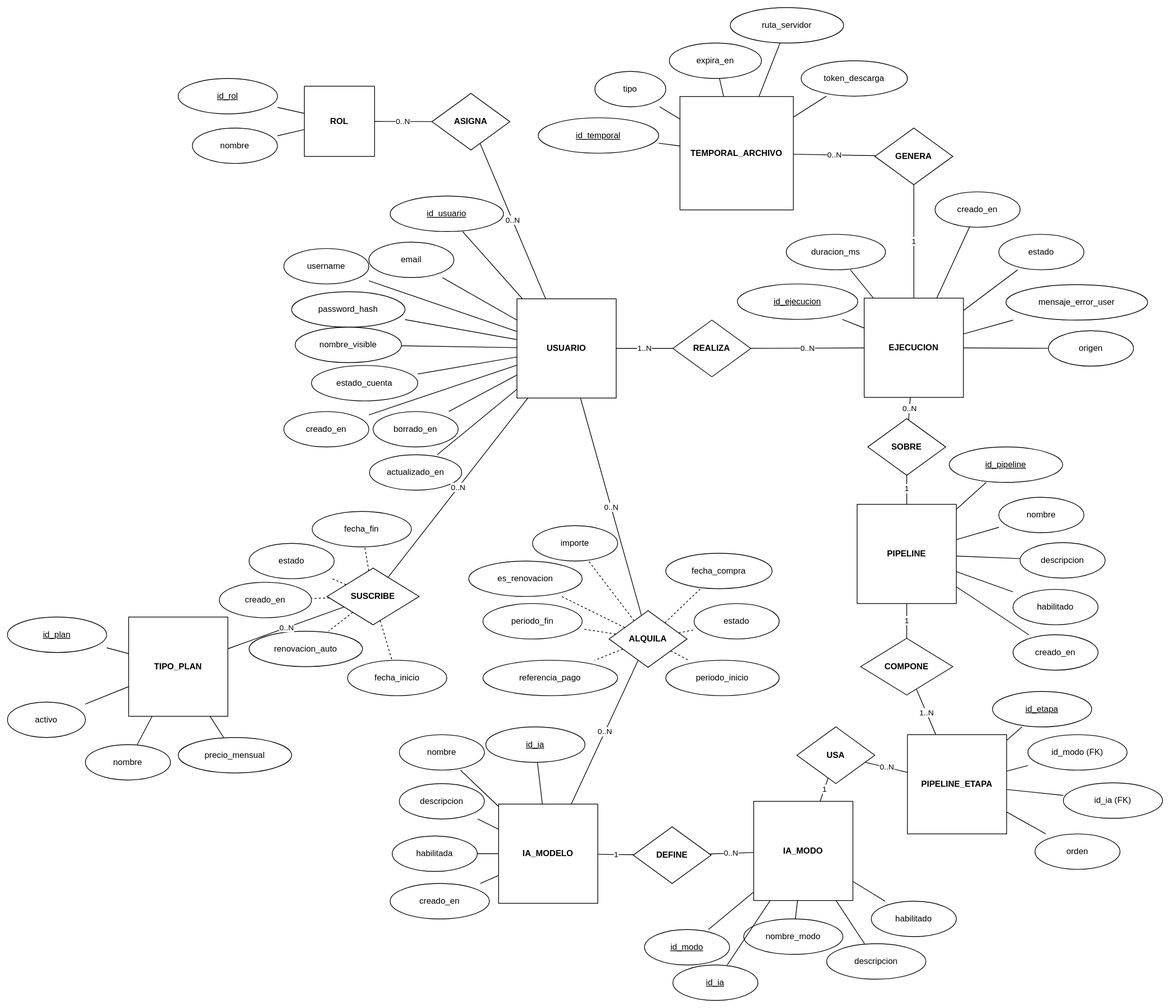
Before: doc/drafts/Diagrama-ER.svg, a diagram exported from draw.io (alvaroooper/SmartEye-TFG). Source tidied: cells renumbered, new cells last; positions are measured from the earlier drawing's top-left corner, leaving out a move shared by most shapes.
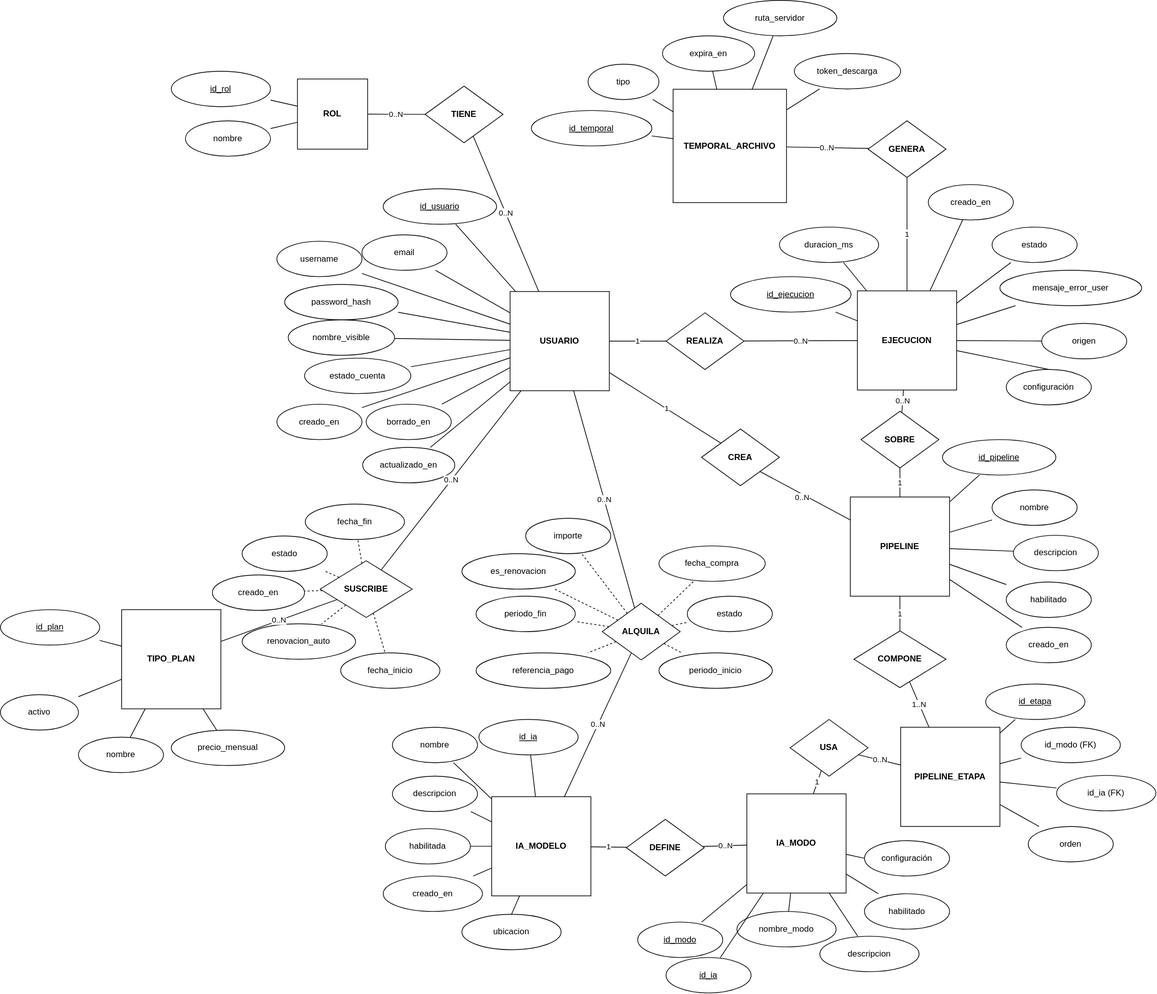
Above is the later version.

Diff of the diagram source:
```diff
@@ -29,7 +29,7 @@
     <mxCell id="10" value="TEMPORAL_ARCHIVO" style="shape=rectangle;whiteSpace=wrap;html=1;align=center;verticalAlign=middle;rounded=0;fontStyle=1;" parent="1" vertex="1">
       <mxGeometry x="949" y="125.5" width="160" height="160" as="geometry" />
     </mxCell>
-    <mxCell id="11" value="ASIGNA" style="shape=rhombus;perimeter=rhombusPerimeter;whiteSpace=wrap;html=1;align=center;verticalAlign=middle;fontStyle=1;" parent="1" vertex="1">
+    <mxCell id="11" value="TIENE" style="shape=rhombus;perimeter=rhombusPerimeter;whiteSpace=wrap;html=1;align=center;verticalAlign=middle;fontStyle=1;" parent="1" vertex="1">
       <mxGeometry x="599" y="121" width="110" height="80" as="geometry" />
     </mxCell>
     <mxCell id="12" value="SUSCRIBE" style="shape=rhombus;perimeter=rhombusPerimeter;whiteSpace=wrap;html=1;align=center;verticalAlign=middle;fontStyle=1;" parent="1" vertex="1">
@@ -171,7 +171,7 @@
       <mxGeometry x="1099" y="320" width="140" height="50" as="geometry" />
     </mxCell>
     <mxCell id="58" value="mensaje_error_user" style="shape=ellipse;whiteSpace=wrap;html=1;align=center;verticalAlign=middle;" parent="1" vertex="1">
-      <mxGeometry x="1409" y="391" width="200" height="50" as="geometry" />
+      <mxGeometry x="1410" y="381" width="200" height="50" as="geometry" />
     </mxCell>
     <mxCell id="59" value="creado_en" style="shape=ellipse;whiteSpace=wrap;html=1;align=center;verticalAlign=middle;" parent="1" vertex="1">
       <mxGeometry x="1309" y="260" width="120" height="50" as="geometry" />
@@ -422,7 +422,7 @@
     <mxCell id="141" style="endArrow=none;html=1;dashed=1;noEdgeStyle=1;" parent="1" edge="1" source="12" target="69">
       <mxGeometry relative="1" as="geometry" />
     </mxCell>
-    <mxCell id="142" value="1..N" style="endArrow=none;html=1;noEdgeStyle=1;" parent="1" edge="1" source="2" target="15">
+    <mxCell id="142" value="1" style="endArrow=none;html=1;noEdgeStyle=1;" parent="1" edge="1" source="2" target="15">
       <mxGeometry relative="1" as="geometry" />
     </mxCell>
     <mxCell id="143" value="0..N" style="endArrow=none;html=1;noEdgeStyle=1;" parent="1" edge="1" source="9" target="15">
@@ -452,5 +452,40 @@
     <mxCell id="151" value="0..N" style="endArrow=none;html=1;noEdgeStyle=1;" parent="1" edge="1" source="10" target="19">
       <mxGeometry relative="1" as="geometry" />
     </mxCell>
+    <mxCell id="152" style="edgeStyle=none;shape=connector;rounded=1;jettySize=auto;html=1;exitX=0.5;exitY=0;exitDx=0;exitDy=0;strokeColor=default;align=center;verticalAlign=middle;fontFamily=Helvetica;fontSize=11;fontColor=default;labelBackgroundColor=default;endArrow=none;" parent="1" edge="1" source="153" target="9">
+      <mxGeometry relative="1" as="geometry" />
+    </mxCell>
+    <mxCell id="153" value="configuración" style="shape=ellipse;whiteSpace=wrap;html=1;align=center;verticalAlign=middle;" parent="1" vertex="1">
+      <mxGeometry x="1419" y="521" width="120" height="50" as="geometry" />
+    </mxCell>
+    <mxCell id="154" style="edgeStyle=none;shape=connector;rounded=1;jettySize=auto;html=1;exitX=0;exitY=0.5;exitDx=0;exitDy=0;strokeColor=default;align=center;verticalAlign=middle;fontFamily=Helvetica;fontSize=11;fontColor=default;labelBackgroundColor=default;endArrow=none;" parent="1" edge="1" source="155" target="6">
+      <mxGeometry relative="1" as="geometry" />
+    </mxCell>
+    <mxCell id="155" value="configuración" style="shape=ellipse;whiteSpace=wrap;html=1;align=center;verticalAlign=middle;" parent="1" vertex="1">
+      <mxGeometry x="1219" y="1186" width="120" height="50" as="geometry" />
+    </mxCell>
+    <mxCell id="156" style="edgeStyle=none;shape=connector;rounded=1;jettySize=auto;html=1;exitX=0;exitY=0;exitDx=0;exitDy=0;strokeColor=default;align=center;verticalAlign=middle;fontFamily=Helvetica;fontSize=11;fontColor=default;labelBackgroundColor=default;endArrow=none;" parent="1" edge="1" source="160" target="2">
+      <mxGeometry relative="1" as="geometry" />
+    </mxCell>
+    <mxCell id="157" value="1" style="edgeLabel;html=1;align=center;verticalAlign=middle;fontFamily=Helvetica;fontSize=11;fontColor=default;labelBackgroundColor=default;" parent="156" vertex="1">
+      <mxGeometry x="-0.02" y="-1" relative="1" as="geometry" />
+    </mxCell>
+    <mxCell id="158" style="edgeStyle=none;shape=connector;rounded=1;jettySize=auto;html=1;exitX=1;exitY=1;exitDx=0;exitDy=0;strokeColor=default;align=center;verticalAlign=middle;fontFamily=Helvetica;fontSize=11;fontColor=default;labelBackgroundColor=default;endArrow=none;" parent="1" edge="1" source="160" target="7">
+      <mxGeometry relative="1" as="geometry" />
+    </mxCell>
+    <mxCell id="159" value="0..N" style="edgeLabel;html=1;align=center;verticalAlign=middle;fontFamily=Helvetica;fontSize=11;fontColor=default;labelBackgroundColor=default;" parent="158" vertex="1">
+      <mxGeometry x="-0.06" y="-4" relative="1" as="geometry">
+        <mxPoint x="1" as="offset" />
+      </mxGeometry>
+    </mxCell>
+    <mxCell id="160" value="CREA" style="shape=rhombus;perimeter=rhombusPerimeter;whiteSpace=wrap;html=1;align=center;verticalAlign=middle;fontStyle=1;" parent="1" vertex="1">
+      <mxGeometry x="989" y="605" width="110" height="80" as="geometry" />
+    </mxCell>
+    <mxCell id="161" style="edgeStyle=none;shape=connector;rounded=1;jettySize=auto;html=1;exitX=0.5;exitY=0;exitDx=0;exitDy=0;strokeColor=default;align=center;verticalAlign=middle;fontFamily=Helvetica;fontSize=11;fontColor=default;labelBackgroundColor=default;endArrow=none;" parent="1" edge="1" source="162" target="5">
+      <mxGeometry relative="1" as="geometry" />
+    </mxCell>
+    <mxCell id="162" value="ubicacion" style="shape=ellipse;whiteSpace=wrap;html=1;align=center;verticalAlign=middle;" parent="1" vertex="1">
+      <mxGeometry x="651" y="1290" width="140" height="50" as="geometry" />
+    </mxCell>
   </root>
 </mxGraphModel>
```
